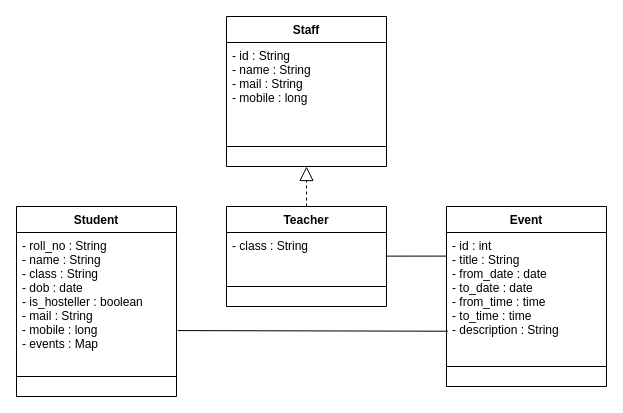
Earlier version of the draw.io diagram UML/classDiagram.drawio (sugan0tech/Event-Manager). Source tidied: cells renumbered, new cells numbered last; positions are measured from the earlier drawing's top-left corner, leaving out a move shared by most shapes. Both pictures are drawn from the tidied source at 100%, with x=0, y=0 at pixel (16, 16).
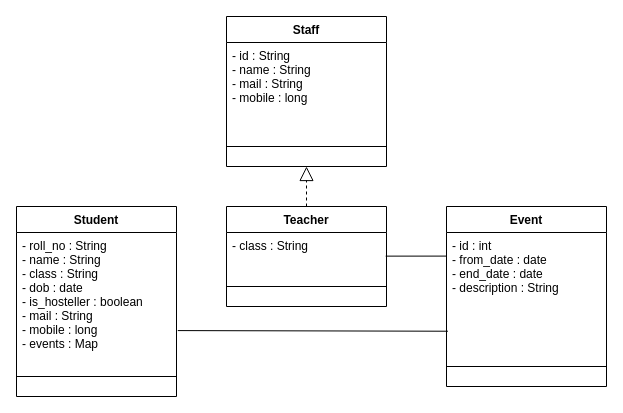
After the change.

Commit message:
combined date & time; now have Description alone ( no need of title )

The edit, as a diff of the source:
```diff
@@
 <mxGraphModel>
   <root>
     <mxCell id="0" />
     <mxCell id="1" parent="0" />
     <mxCell id="2" value="Student" style="swimlane;fontStyle=1;align=center;verticalAlign=top;horizontal=1;startSize=26;" parent="1" vertex="1">
       <mxGeometry y="190" width="160" height="190" as="geometry" />
     </mxCell>
     <mxCell id="3" value="- roll_no : String&#10;- name : String&#10;- class : String&#10;- dob : date&#10;- is_hosteller : boolean &#10;- mail : String&#10;- mobile : long&#10;- events : Map&#10;" style="text;strokeColor=none;fillColor=none;align=left;verticalAlign=top;spacingLeft=4;spacingRight=4;overflow=hidden;points=[[0,0.5],[1,0.5]];portConstraint=eastwest;" parent="2" vertex="1">
       <mxGeometry y="26" width="160" height="124" as="geometry" />
     </mxCell>
     <mxCell id="4" style="line;strokeWidth=1;fillColor=none;align=left;verticalAlign=middle;spacingTop=-1;spacingLeft=3;spacingRight=3;labelPosition=right;strokeColor=inherit;" parent="2" vertex="1">
       <mxGeometry y="150" width="160" height="40" as="geometry" />
     </mxCell>
     <mxCell id="5" value="Staff" style="swimlane;fontStyle=1;align=center;verticalAlign=top;horizontal=1;startSize=26;" parent="1" vertex="1">
       <mxGeometry x="210" width="160" height="150" as="geometry" />
     </mxCell>
     <mxCell id="6" value="- id : String&#10;- name : String&#10;- mail : String&#10;- mobile : long&#10;" style="text;strokeColor=none;fillColor=none;align=left;verticalAlign=top;spacingLeft=4;spacingRight=4;overflow=hidden;" parent="5" vertex="1">
       <mxGeometry y="26" width="160" height="84" as="geometry" />
     </mxCell>
     <mxCell id="7" style="line;strokeWidth=1;fillColor=none;align=left;verticalAlign=middle;spacingTop=-1;spacingLeft=3;spacingRight=3;labelPosition=right;strokeColor=inherit;" parent="5" vertex="1">
       <mxGeometry y="110" width="160" height="40" as="geometry" />
     </mxCell>
     <mxCell id="8" value="Event" style="swimlane;fontStyle=1;align=center;verticalAlign=top;horizontal=1;startSize=26;" parent="1" vertex="1">
       <mxGeometry x="430" y="190" width="160" height="180" as="geometry" />
     </mxCell>
-    <mxCell id="9" value="- id : int&#10;- title : String&#10;- from_date : date&#10;- to_date : date&#10;- from_time : time&#10;- to_time : time&#10;- description : String&#10;" style="text;strokeColor=none;fillColor=none;align=left;verticalAlign=top;spacingLeft=4;spacingRight=4;overflow=hidden;points=[[0,0.5],[1,0.5]];portConstraint=eastwest;" parent="8" vertex="1">
+    <mxCell id="9" value="- id : int&#10;- from_date : date&#10;- end_date : date&#10;- description : String&#10;" style="text;strokeColor=none;fillColor=none;align=left;verticalAlign=top;spacingLeft=4;spacingRight=4;overflow=hidden;points=[[0,0.5],[1,0.5]];portConstraint=eastwest;" parent="8" vertex="1">
       <mxGeometry y="26" width="160" height="114" as="geometry" />
     </mxCell>
     <mxCell id="10" style="line;strokeWidth=1;fillColor=none;align=left;verticalAlign=middle;spacingTop=-1;spacingLeft=3;spacingRight=3;labelPosition=right;strokeColor=inherit;" parent="8" vertex="1">
       <mxGeometry y="140" width="160" height="40" as="geometry" />
     </mxCell>
     <mxCell id="11" value="Teacher" style="swimlane;fontStyle=1;align=center;verticalAlign=top;horizontal=1;startSize=26;" parent="1" vertex="1">
       <mxGeometry x="210" y="190" width="160" height="100" as="geometry" />
     </mxCell>
     <mxCell id="12" value="- class : String&#10;" style="text;strokeColor=none;fillColor=none;align=left;verticalAlign=top;spacingLeft=4;spacingRight=4;overflow=hidden;points=[[0,0.5],[1,0.5]];portConstraint=eastwest;" parent="11" vertex="1">
       <mxGeometry y="26" width="160" height="34" as="geometry" />
     </mxCell>
     <mxCell id="13" style="line;strokeWidth=1;fillColor=none;align=left;verticalAlign=middle;spacingTop=-1;spacingLeft=3;spacingRight=3;labelPosition=right;strokeColor=inherit;" parent="11" vertex="1">
       <mxGeometry y="60" width="160" height="40" as="geometry" />
     </mxCell>
     <mxCell id="14" style="endArrow=none;html=1;rounded=0;exitX=0.995;exitY=0.695;exitDx=0;exitDy=0;exitPerimeter=0;entryX=0;entryY=0.207;entryDx=0;entryDy=0;entryPerimeter=0;" parent="1" edge="1" source="12" target="9">
       <mxGeometry relative="1" as="geometry" />
     </mxCell>
     <mxCell id="15" style="endArrow=none;html=1;rounded=0;exitX=1.008;exitY=0.791;exitDx=0;exitDy=0;exitPerimeter=0;entryX=0.009;entryY=0.866;entryDx=0;entryDy=0;entryPerimeter=0;" parent="1" edge="1" source="3" target="9">
       <mxGeometry relative="1" as="geometry" />
     </mxCell>
     <mxCell id="16" style="endArrow=block;dashed=1;endFill=0;endSize=12;html=1;rounded=0;exitX=0.5;exitY=0;exitDx=0;exitDy=0;entryX=0.5;entryY=1;entryDx=0;entryDy=0;" parent="1" edge="1" source="11" target="5">
       <mxGeometry relative="1" as="geometry" />
     </mxCell>
   </root>
 </mxGraphModel>
```
